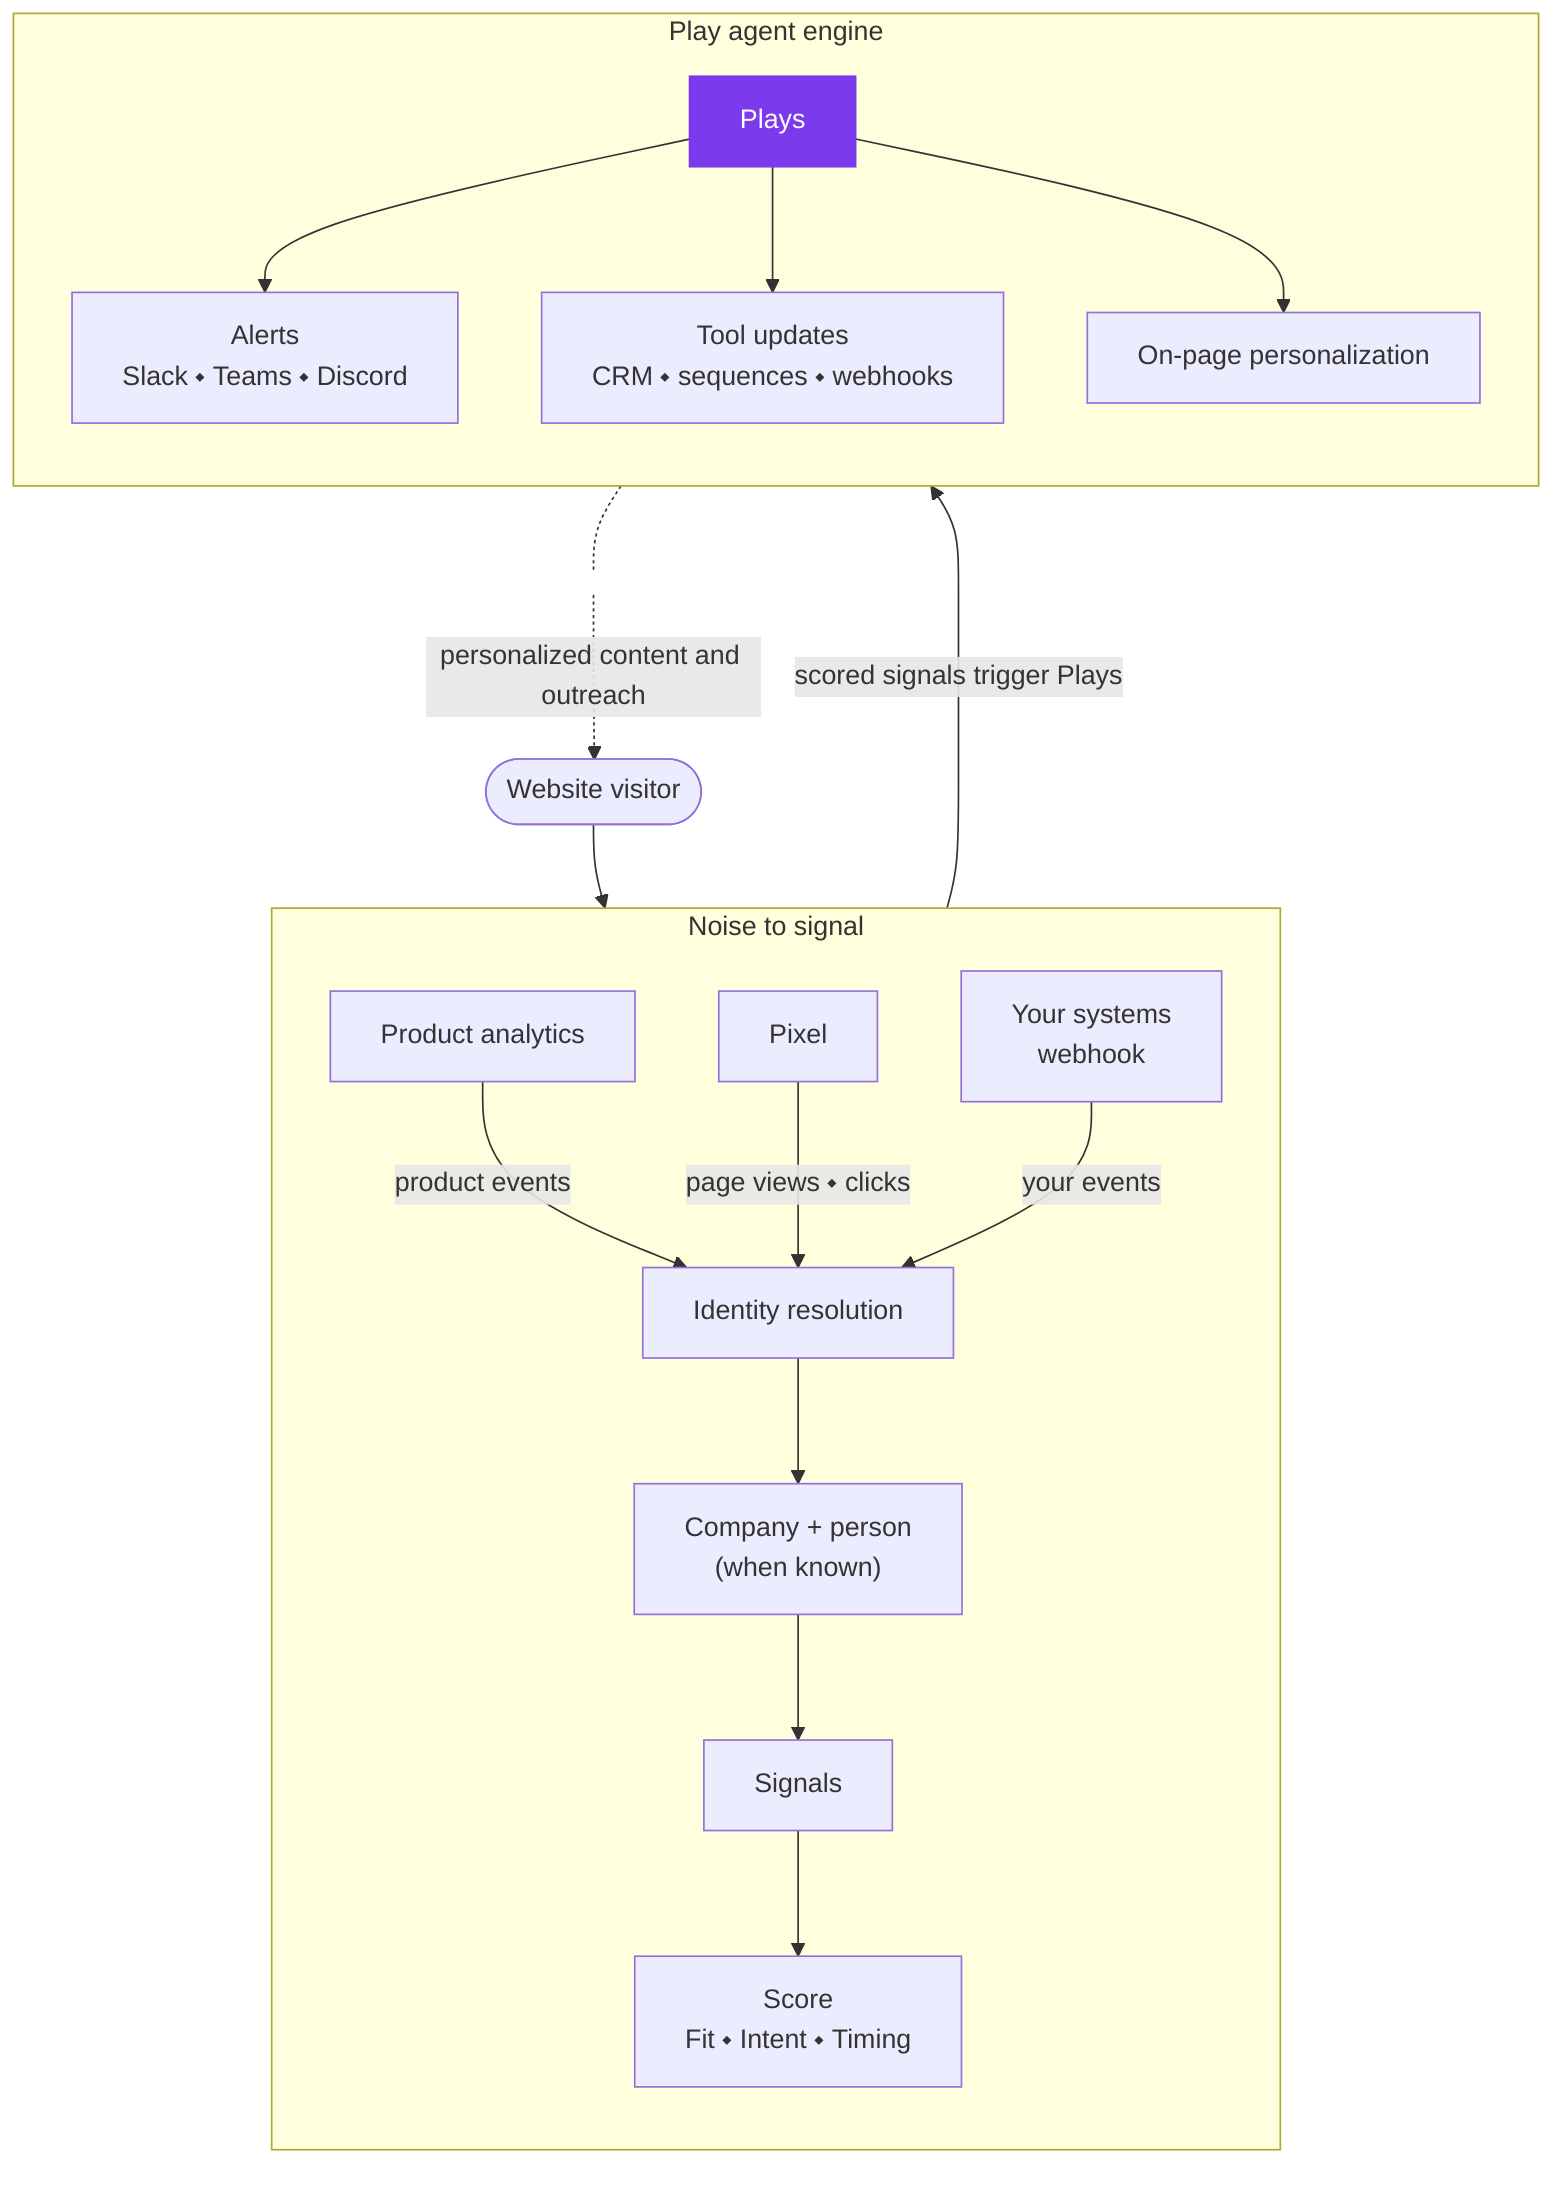
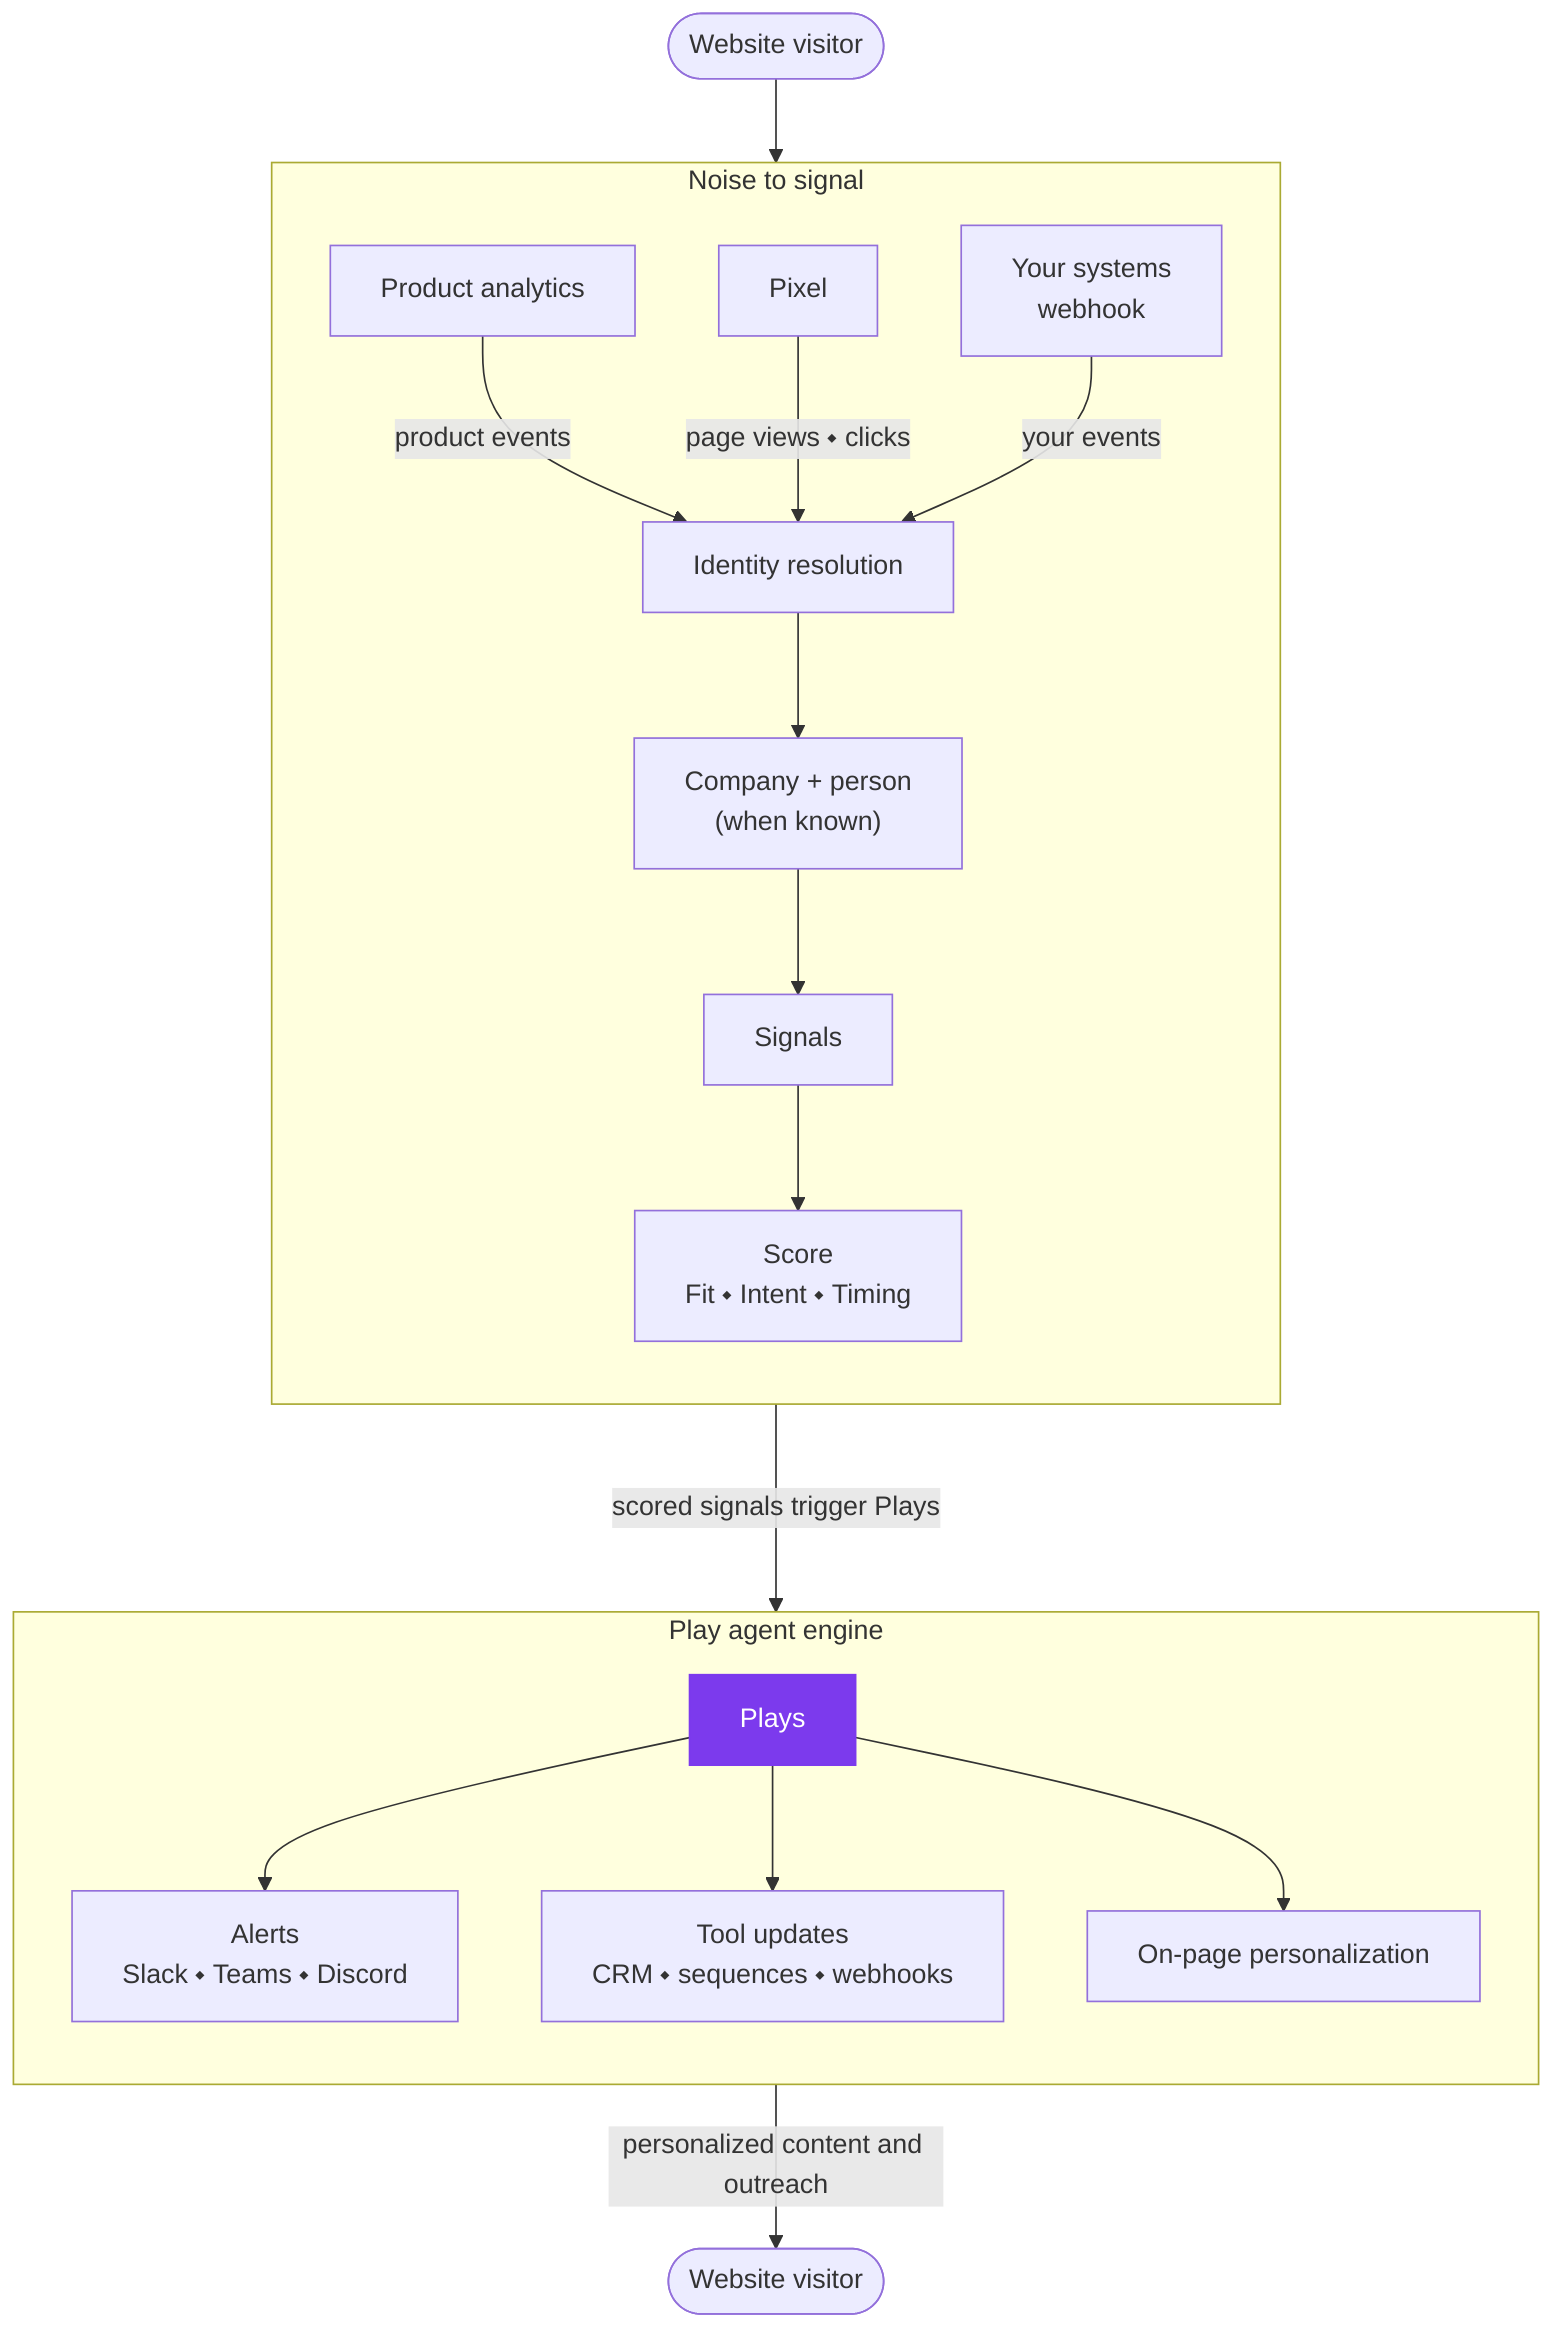
flowchart TB
    V([Website visitor]) --> P
    subgraph NS ["Noise to signal"]
        direction TB
        PH[Product analytics] -->|"product events"| ID[Identity resolution]
        P[Pixel] -->|"page views ⬩ clicks"| ID
        WH[Your systems<br/>webhook] -->|"your events"| ID
        ID --> CO["Company + person<br/>(when known)"]
        CO --> S[Signals]
        S --> SC["Score<br/>Fit&nbsp;⬩&nbsp;Intent&nbsp;⬩&nbsp;Timing"]
    end
    subgraph PE ["Play agent engine"]
        direction TB
        PL[Plays]:::accent --> O1["Alerts<br/>Slack&nbsp;⬩&nbsp;Teams&nbsp;⬩&nbsp;Discord"]
        PL --> O2["Tool updates<br/>CRM&nbsp;⬩&nbsp;sequences&nbsp;⬩&nbsp;webhooks"]
        PL --> O3["On-page personalization"]
    end
    SC --->|"scored signals trigger Plays"| PL
-     O2 -.- W((" ")):::ghost
-     W -.->|"personalized content and outreach"| V
-     classDef ghost fill:none,stroke:none,color:transparent
+     O2 -->|"personalized content and outreach"| V2([Website visitor])
    classDef accent fill:#7C3AED,stroke:#7C3AED,color:#FFFFFF
